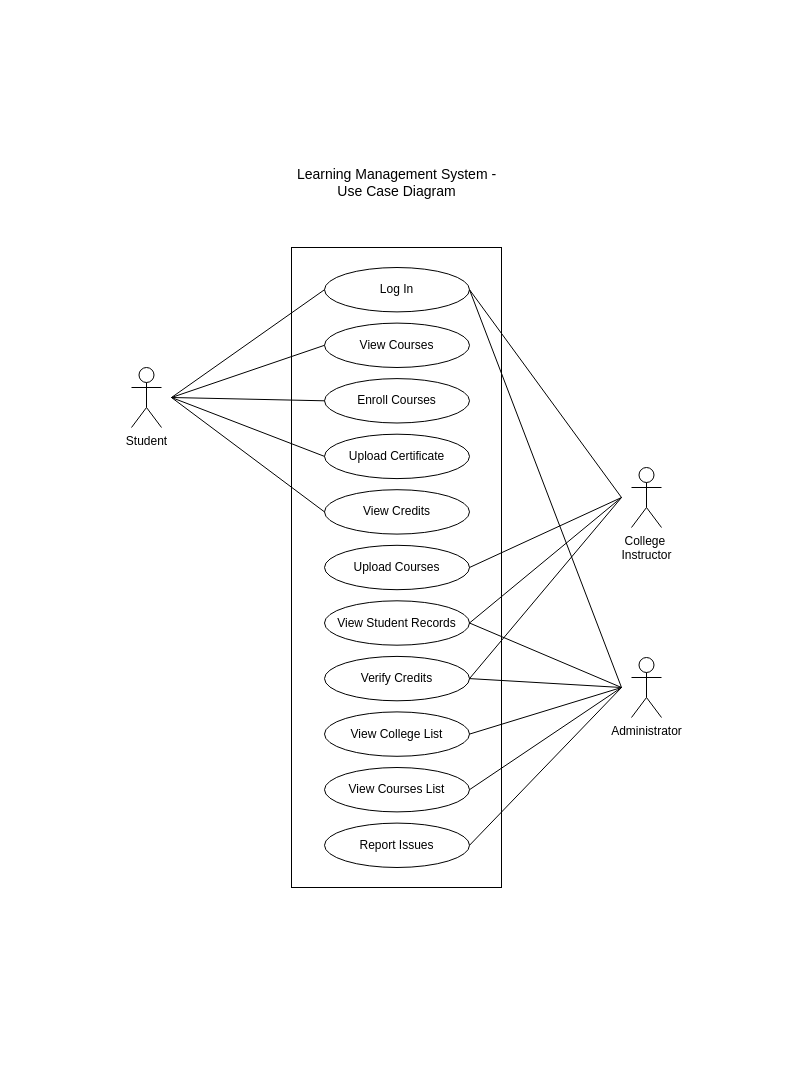
The draw.io diagram UMLUseCase.drawio in Zein-Zeus/MoodleLMS, before the edit. Source tidied: cells renumbered, new cells numbered last; positions are measured from the earlier drawing's top-left corner, leaving out a move shared by most shapes. Both pictures are drawn from the tidied source at 100%, with x=0, y=0 at pixel (131, 147).
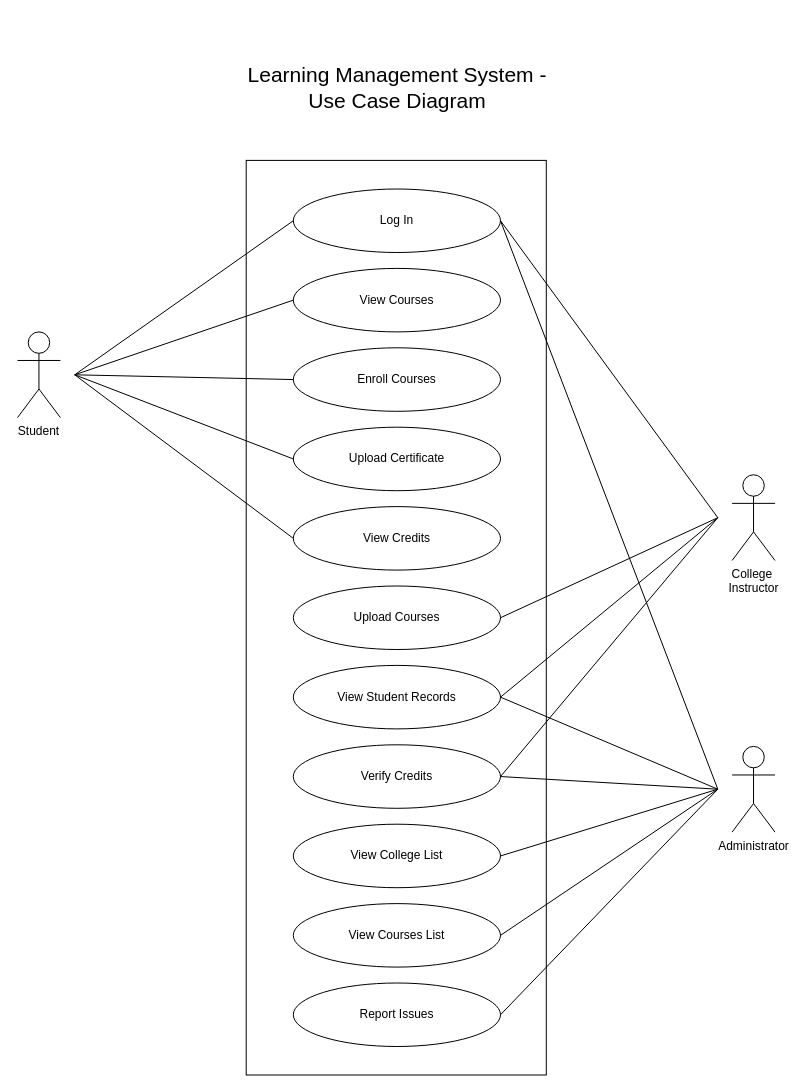
The same diagram, later.

Change to the diagram source:
```diff
@@
+    <mxCell id="34" style="group;" parent="1" vertex="1">
+      <mxGeometry x="-114" y="-130" width="757.4" height="1057.5" as="geometry" />
+    </mxCell>
-    <mxCell id="2" style="rounded=0;whiteSpace=wrap;html=1;" parent="1" vertex="1">
-      <mxGeometry x="160" y="100" width="210" height="640" as="geometry" />
+    <mxCell id="2" style="rounded=0;whiteSpace=wrap;html=1;" parent="34" vertex="1">
+      <mxGeometry x="228.7" y="142.9" width="300.1" height="914.6" as="geometry" />
     </mxCell>
-    <mxCell id="3" value="Student" style="shape=umlActor;verticalLabelPosition=bottom;verticalAlign=top;html=1;" parent="1" vertex="1">
-      <mxGeometry y="220" width="30" height="60" as="geometry" />
+    <mxCell id="3" value="Student" style="shape=umlActor;verticalLabelPosition=bottom;verticalAlign=top;html=1;" parent="34" vertex="1">
+      <mxGeometry y="314.4" width="42.9" height="85.7" as="geometry" />
     </mxCell>
-    <mxCell id="4" style="group;" parent="1" vertex="1">
-      <mxGeometry x="193" y="120" width="145" height="600" as="geometry" />
+    <mxCell id="4" style="group;" parent="34" vertex="1">
+      <mxGeometry x="275.8" y="171.5" width="207.2" height="857.5" as="geometry" />
     </mxCell>
     <mxCell id="5" value="Log In" style="ellipse;whiteSpace=wrap;html=1;" parent="4" vertex="1">
-      <mxGeometry width="145" height="44.4" as="geometry" />
+      <mxGeometry width="207.2" height="63.5" as="geometry" />
     </mxCell>
     <mxCell id="6" value="View Courses" style="ellipse;whiteSpace=wrap;html=1;" parent="4" vertex="1">
-      <mxGeometry y="55.6" width="145" height="44.4" as="geometry" />
+      <mxGeometry y="79.4" width="207.2" height="63.5" as="geometry" />
     </mxCell>
     <mxCell id="7" value="Enroll Courses" style="ellipse;whiteSpace=wrap;html=1;" parent="4" vertex="1">
-      <mxGeometry y="111.1" width="145" height="44.4" as="geometry" />
+      <mxGeometry y="158.8" width="207.2" height="63.5" as="geometry" />
     </mxCell>
     <mxCell id="8" value="Upload Certificate" style="ellipse;whiteSpace=wrap;html=1;" parent="4" vertex="1">
-      <mxGeometry y="166.7" width="145" height="44.4" as="geometry" />
+      <mxGeometry y="238.2" width="207.2" height="63.5" as="geometry" />
     </mxCell>
     <mxCell id="9" value="View Credits" style="ellipse;whiteSpace=wrap;html=1;" parent="4" vertex="1">
-      <mxGeometry y="222.2" width="145" height="44.4" as="geometry" />
+      <mxGeometry y="317.6" width="207.2" height="63.5" as="geometry" />
     </mxCell>
     <mxCell id="10" value="Upload Courses" style="ellipse;whiteSpace=wrap;html=1;" parent="4" vertex="1">
-      <mxGeometry y="277.8" width="145" height="44.4" as="geometry" />
+      <mxGeometry y="397" width="207.2" height="63.5" as="geometry" />
     </mxCell>
     <mxCell id="11" value="View Student Records" style="ellipse;whiteSpace=wrap;html=1;" parent="4" vertex="1">
-      <mxGeometry y="333.3" width="145" height="44.4" as="geometry" />
+      <mxGeometry y="476.4" width="207.2" height="63.5" as="geometry" />
     </mxCell>
     <mxCell id="12" value="Verify Credits" style="ellipse;whiteSpace=wrap;html=1;" parent="4" vertex="1">
-      <mxGeometry y="388.9" width="145" height="44.4" as="geometry" />
+      <mxGeometry y="555.8" width="207.2" height="63.5" as="geometry" />
     </mxCell>
     <mxCell id="13" value="View College List" style="ellipse;whiteSpace=wrap;html=1;" parent="4" vertex="1">
-      <mxGeometry y="444.4" width="145" height="44.4" as="geometry" />
+      <mxGeometry y="635.2" width="207.2" height="63.5" as="geometry" />
     </mxCell>
     <mxCell id="14" value="View Courses List" style="ellipse;whiteSpace=wrap;html=1;" parent="4" vertex="1">
-      <mxGeometry y="500" width="145" height="44.4" as="geometry" />
+      <mxGeometry y="714.6" width="207.2" height="63.5" as="geometry" />
     </mxCell>
     <mxCell id="15" value="Report Issues" style="ellipse;whiteSpace=wrap;html=1;" parent="4" vertex="1">
-      <mxGeometry y="555.6" width="145" height="44.4" as="geometry" />
+      <mxGeometry y="794" width="207.2" height="63.5" as="geometry" />
     </mxCell>
-    <mxCell id="16" value="College&amp;nbsp;&lt;div&gt;Instructor&lt;/div&gt;" style="shape=umlActor;verticalLabelPosition=bottom;verticalAlign=top;html=1;" parent="1" vertex="1">
-      <mxGeometry x="500" y="320" width="30" height="60" as="geometry" />
+    <mxCell id="16" value="College&amp;nbsp;&lt;div&gt;Instructor&lt;/div&gt;" style="shape=umlActor;verticalLabelPosition=bottom;verticalAlign=top;html=1;" parent="34" vertex="1">
+      <mxGeometry x="714.6" y="457.3" width="42.9" height="85.7" as="geometry" />
     </mxCell>
-    <mxCell id="17" value="Administrator" style="shape=umlActor;verticalLabelPosition=bottom;verticalAlign=top;html=1;" parent="1" vertex="1">
-      <mxGeometry x="500" y="510" width="30" height="60" as="geometry" />
+    <mxCell id="17" value="Administrator" style="shape=umlActor;verticalLabelPosition=bottom;verticalAlign=top;html=1;" parent="34" vertex="1">
+      <mxGeometry x="714.6" y="728.9" width="42.9" height="85.7" as="geometry" />
     </mxCell>
-    <mxCell id="18" style="endArrow=none;html=1;rounded=0;entryX=0;entryY=0.5;entryDx=0;entryDy=0;" parent="1" edge="1" target="5">
+    <mxCell id="18" style="endArrow=none;html=1;rounded=0;entryX=0;entryY=0.5;entryDx=0;entryDy=0;" parent="34" edge="1" target="5">
       <mxGeometry relative="1" as="geometry">
-        <mxPoint x="40" y="250" as="sourcePoint" />
+        <mxPoint x="57.2" y="357.3" as="sourcePoint" />
       </mxGeometry>
     </mxCell>
-    <mxCell id="19" style="endArrow=none;html=1;rounded=0;entryX=0;entryY=0.5;entryDx=0;entryDy=0;" parent="1" edge="1" target="6">
+    <mxCell id="19" style="endArrow=none;html=1;rounded=0;entryX=0;entryY=0.5;entryDx=0;entryDy=0;" parent="34" edge="1" target="6">
       <mxGeometry relative="1" as="geometry">
-        <mxPoint x="40" y="250" as="sourcePoint" />
+        <mxPoint x="57.2" y="357.3" as="sourcePoint" />
       </mxGeometry>
     </mxCell>
-    <mxCell id="20" style="endArrow=none;html=1;rounded=0;entryX=0;entryY=0.5;entryDx=0;entryDy=0;" parent="1" edge="1" target="7">
+    <mxCell id="20" style="endArrow=none;html=1;rounded=0;entryX=0;entryY=0.5;entryDx=0;entryDy=0;" parent="34" edge="1" target="7">
       <mxGeometry relative="1" as="geometry">
-        <mxPoint x="40" y="250" as="sourcePoint" />
+        <mxPoint x="57.2" y="357.3" as="sourcePoint" />
       </mxGeometry>
     </mxCell>
-    <mxCell id="21" style="endArrow=none;html=1;rounded=0;entryX=0;entryY=0.5;entryDx=0;entryDy=0;" parent="1" edge="1" target="8">
+    <mxCell id="21" style="endArrow=none;html=1;rounded=0;entryX=0;entryY=0.5;entryDx=0;entryDy=0;" parent="34" edge="1" target="8">
       <mxGeometry relative="1" as="geometry">
-        <mxPoint x="40" y="250" as="sourcePoint" />
+        <mxPoint x="57.2" y="357.3" as="sourcePoint" />
       </mxGeometry>
     </mxCell>
-    <mxCell id="22" style="endArrow=none;html=1;rounded=0;entryX=0;entryY=0.5;entryDx=0;entryDy=0;" parent="1" edge="1" target="9">
+    <mxCell id="22" style="endArrow=none;html=1;rounded=0;entryX=0;entryY=0.5;entryDx=0;entryDy=0;" parent="34" edge="1" target="9">
       <mxGeometry relative="1" as="geometry">
-        <mxPoint x="40" y="250" as="sourcePoint" />
+        <mxPoint x="57.2" y="357.3" as="sourcePoint" />
       </mxGeometry>
     </mxCell>
-    <mxCell id="23" style="endArrow=none;html=1;rounded=0;exitX=1;exitY=0.5;exitDx=0;exitDy=0;" parent="1" edge="1" source="5">
+    <mxCell id="23" style="endArrow=none;html=1;rounded=0;exitX=1;exitY=0.5;exitDx=0;exitDy=0;" parent="34" edge="1" source="5">
       <mxGeometry relative="1" as="geometry">
-        <mxPoint x="490" y="350" as="targetPoint" />
+        <mxPoint x="700.3" y="500.2" as="targetPoint" />
       </mxGeometry>
     </mxCell>
-    <mxCell id="24" style="endArrow=none;html=1;rounded=0;exitX=1;exitY=0.5;exitDx=0;exitDy=0;" parent="1" edge="1" source="5">
+    <mxCell id="24" style="endArrow=none;html=1;rounded=0;exitX=1;exitY=0.5;exitDx=0;exitDy=0;" parent="34" edge="1" source="5">
       <mxGeometry relative="1" as="geometry">
-        <mxPoint x="490" y="540" as="targetPoint" />
+        <mxPoint x="700.3" y="771.7" as="targetPoint" />
       </mxGeometry>
     </mxCell>
-    <mxCell id="25" style="endArrow=none;html=1;rounded=0;exitX=1;exitY=0.5;exitDx=0;exitDy=0;" parent="1" edge="1" source="10">
+    <mxCell id="25" style="endArrow=none;html=1;rounded=0;exitX=1;exitY=0.5;exitDx=0;exitDy=0;" parent="34" edge="1" source="10">
       <mxGeometry relative="1" as="geometry">
-        <mxPoint x="490" y="350" as="targetPoint" />
+        <mxPoint x="700.3" y="500.2" as="targetPoint" />
       </mxGeometry>
     </mxCell>
-    <mxCell id="26" style="endArrow=none;html=1;rounded=0;exitX=1;exitY=0.5;exitDx=0;exitDy=0;" parent="1" edge="1" source="11">
+    <mxCell id="26" style="endArrow=none;html=1;rounded=0;exitX=1;exitY=0.5;exitDx=0;exitDy=0;" parent="34" edge="1" source="11">
       <mxGeometry relative="1" as="geometry">
-        <mxPoint x="490" y="350" as="targetPoint" />
+        <mxPoint x="700.3" y="500.2" as="targetPoint" />
       </mxGeometry>
     </mxCell>
-    <mxCell id="27" style="endArrow=none;html=1;rounded=0;exitX=1;exitY=0.5;exitDx=0;exitDy=0;" parent="1" edge="1" source="12">
+    <mxCell id="27" style="endArrow=none;html=1;rounded=0;exitX=1;exitY=0.5;exitDx=0;exitDy=0;" parent="34" edge="1" source="12">
       <mxGeometry relative="1" as="geometry">
-        <mxPoint x="490" y="350" as="targetPoint" />
+        <mxPoint x="700.3" y="500.2" as="targetPoint" />
       </mxGeometry>
     </mxCell>
-    <mxCell id="28" style="endArrow=none;html=1;rounded=0;exitX=1;exitY=0.5;exitDx=0;exitDy=0;" parent="1" edge="1" source="11">
+    <mxCell id="28" style="endArrow=none;html=1;rounded=0;exitX=1;exitY=0.5;exitDx=0;exitDy=0;" parent="34" edge="1" source="11">
       <mxGeometry relative="1" as="geometry">
-        <mxPoint x="490" y="540" as="targetPoint" />
+        <mxPoint x="700.3" y="771.7" as="targetPoint" />
       </mxGeometry>
     </mxCell>
-    <mxCell id="29" style="endArrow=none;html=1;rounded=0;exitX=1;exitY=0.5;exitDx=0;exitDy=0;" parent="1" edge="1" source="12">
+    <mxCell id="29" style="endArrow=none;html=1;rounded=0;exitX=1;exitY=0.5;exitDx=0;exitDy=0;" parent="34" edge="1" source="12">
       <mxGeometry relative="1" as="geometry">
-        <mxPoint x="490" y="540" as="targetPoint" />
+        <mxPoint x="700.3" y="771.7" as="targetPoint" />
       </mxGeometry>
     </mxCell>
-    <mxCell id="30" style="endArrow=none;html=1;rounded=0;exitX=1;exitY=0.5;exitDx=0;exitDy=0;" parent="1" edge="1" source="13">
+    <mxCell id="30" style="endArrow=none;html=1;rounded=0;exitX=1;exitY=0.5;exitDx=0;exitDy=0;" parent="34" edge="1" source="13">
       <mxGeometry relative="1" as="geometry">
-        <mxPoint x="490" y="540" as="targetPoint" />
+        <mxPoint x="700.3" y="771.7" as="targetPoint" />
       </mxGeometry>
     </mxCell>
-    <mxCell id="31" style="endArrow=none;html=1;rounded=0;exitX=1;exitY=0.5;exitDx=0;exitDy=0;" parent="1" edge="1" source="14">
+    <mxCell id="31" style="endArrow=none;html=1;rounded=0;exitX=1;exitY=0.5;exitDx=0;exitDy=0;" parent="34" edge="1" source="14">
       <mxGeometry relative="1" as="geometry">
-        <mxPoint x="490" y="540" as="targetPoint" />
+        <mxPoint x="700.3" y="771.7" as="targetPoint" />
       </mxGeometry>
     </mxCell>
-    <mxCell id="32" style="endArrow=none;html=1;rounded=0;exitX=1;exitY=0.5;exitDx=0;exitDy=0;" parent="1" edge="1" source="15">
+    <mxCell id="32" style="endArrow=none;html=1;rounded=0;exitX=1;exitY=0.5;exitDx=0;exitDy=0;" parent="34" edge="1" source="15">
       <mxGeometry relative="1" as="geometry">
-        <mxPoint x="490" y="540" as="targetPoint" />
+        <mxPoint x="700.3" y="771.7" as="targetPoint" />
       </mxGeometry>
     </mxCell>
-    <mxCell id="33" value="Learning Management System - Use Case Diagram" style="text;html=1;align=center;verticalAlign=middle;whiteSpace=wrap;rounded=0;fontSize=14;" parent="1" vertex="1">
-      <mxGeometry x="153" width="225" height="70" as="geometry" />
+    <mxCell id="33" value="&lt;font style=&quot;font-size: 21px;&quot;&gt;Learning Management System - Use Case Diagram&lt;/font&gt;" style="text;html=1;align=center;verticalAlign=middle;whiteSpace=wrap;rounded=0;fontSize=14;" parent="34" vertex="1">
+      <mxGeometry x="218.7" y="20" width="321.6" height="100" as="geometry" />
     </mxCell>
```
